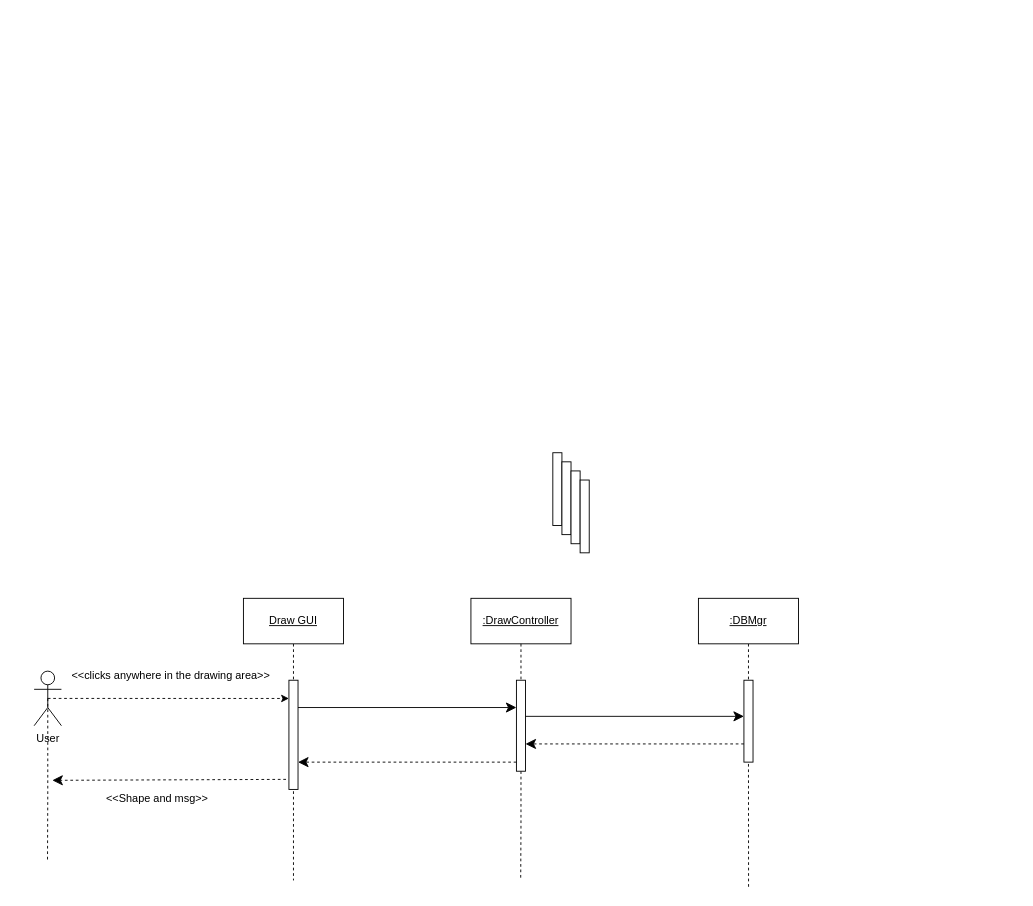
Above: SoftwarePattern.drawio in VoHoAnhTuan/Diagrams (draw.io), before the change. Source tidied: cells renumbered, new cells numbered last; positions are measured from the earlier drawing's top-left corner, leaving out a move shared by most shapes. Both pictures are drawn from the tidied source at 91%, with x=0, y=0 at pixel (34, 452).
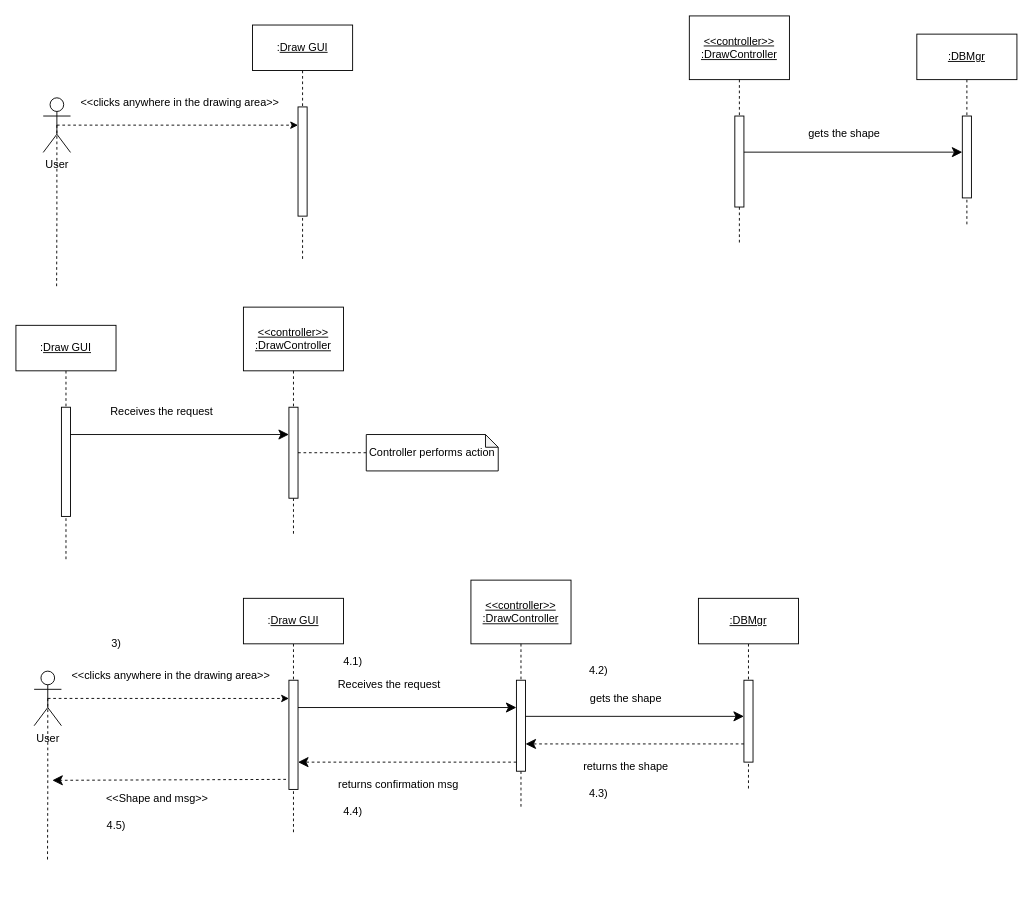
After the change.

Unchanged cells that the change refers to:
```xml
<mxCell id="17" value="&lt;u&gt;:DBMgr&lt;/u&gt;" style="html=1;whiteSpace=wrap;" parent="1" vertex="1">
  <mxGeometry x="730" y="160" width="110" height="50" as="geometry" />
</mxCell>
<mxCell id="19" style="html=1;points=[];perimeter=orthogonalPerimeter;outlineConnect=0;targetShapes=umlLifeline;portConstraint=eastwest;newEdgeStyle={&quot;edgeStyle&quot;:&quot;elbowEdgeStyle&quot;,&quot;elbow&quot;:&quot;vertical&quot;,&quot;curved&quot;:0,&quot;rounded&quot;:0};" parent="1" vertex="1">
  <mxGeometry x="530" y="250" width="10" height="100" as="geometry" />
</mxCell>
```

Diff of the diagram source:
```diff
@@
     <mxCell id="3" style="edgeStyle=orthogonalEdgeStyle;rounded=0;jettySize=auto;html=1;exitX=0.5;exitY=1;exitDx=0;exitDy=0;endArrow=none;endFill=0;dashed=1;" parent="1" edge="1" source="17">
       <mxGeometry relative="1" as="geometry">
-        <mxPoint x="785.1" y="480" as="targetPoint" />
+        <mxPoint x="785" y="370" as="targetPoint" />
       </mxGeometry>
     </mxCell>
@@
-    <mxCell id="5" value="User" style="shape=umlActor;verticalLabelPosition=bottom;verticalAlign=top;html=1;" parent="1" vertex="1">
+    <mxCell id="5" value="User" style="shape=umlActor;verticalLabelPosition=bottom;verticalAlign=top;html=1;fontStyle=0;" parent="1" vertex="1">
       <mxGeometry y="240" width="30" height="60" as="geometry" />
     </mxCell>
     <mxCell id="6" style="edgeStyle=orthogonalEdgeStyle;rounded=0;jettySize=auto;html=1;exitX=0.5;exitY=1;exitDx=0;exitDy=0;dashed=1;endArrow=none;endFill=0;" parent="1" edge="1" source="7">
       <mxGeometry relative="1" as="geometry">
-        <mxPoint x="285" y="470" as="targetPoint" />
+        <mxPoint x="285" y="420" as="targetPoint" />
       </mxGeometry>
     </mxCell>
-    <mxCell id="7" value="&lt;u&gt;Draw GUI&lt;/u&gt;" style="html=1;whiteSpace=wrap;" parent="1" vertex="1">
+    <mxCell id="7" value=":&lt;u&gt;Draw GUI&lt;/u&gt;" style="html=1;whiteSpace=wrap;" parent="1" vertex="1">
       <mxGeometry x="230" y="160" width="110" height="50" as="geometry" />
     </mxCell>
@@
-    <mxCell id="9" style="html=1;perimeter=orthogonalPerimeter;targetShapes=umlLifeline;newEdgeStyle={&quot;edgeStyle&quot;:&quot;elbowEdgeStyle&quot;,&quot;elbow&quot;:&quot;vertical&quot;,&quot;curved&quot;:0,&quot;rounded&quot;:0};" parent="1" vertex="1">
-      <mxGeometry x="570" width="10" height="80" as="geometry" />
-    </mxCell>
-    <mxCell id="10" style="html=1;perimeter=orthogonalPerimeter;targetShapes=umlLifeline;newEdgeStyle={&quot;edgeStyle&quot;:&quot;elbowEdgeStyle&quot;,&quot;elbow&quot;:&quot;vertical&quot;,&quot;curved&quot;:0,&quot;rounded&quot;:0};" parent="1" vertex="1">
-      <mxGeometry x="580" y="10" width="10" height="80" as="geometry" />
-    </mxCell>
-    <mxCell id="11" style="html=1;perimeter=orthogonalPerimeter;targetShapes=umlLifeline;newEdgeStyle={&quot;edgeStyle&quot;:&quot;elbowEdgeStyle&quot;,&quot;elbow&quot;:&quot;vertical&quot;,&quot;curved&quot;:0,&quot;rounded&quot;:0};" parent="1" vertex="1">
-      <mxGeometry x="590" y="20" width="10" height="80" as="geometry" />
-    </mxCell>
-    <mxCell id="12" style="html=1;perimeter=orthogonalPerimeter;targetShapes=umlLifeline;newEdgeStyle={&quot;edgeStyle&quot;:&quot;elbowEdgeStyle&quot;,&quot;elbow&quot;:&quot;vertical&quot;,&quot;curved&quot;:0,&quot;rounded&quot;:0};" parent="1" vertex="1">
-      <mxGeometry x="600" y="30" width="10" height="80" as="geometry" />
-    </mxCell>
@@
     <mxCell id="15" style="edgeStyle=orthogonalEdgeStyle;rounded=0;jettySize=auto;html=1;exitX=0.5;exitY=1;exitDx=0;exitDy=0;endArrow=none;endFill=0;dashed=1;startArrow=none;" parent="1" edge="1" source="19">
       <mxGeometry relative="1" as="geometry">
-        <mxPoint x="534.7" y="470" as="targetPoint" />
+        <mxPoint x="535" y="390" as="targetPoint" />
       </mxGeometry>
     </mxCell>
-    <mxCell id="16" value="&lt;u&gt;:DrawController&lt;/u&gt;" style="html=1;whiteSpace=wrap;" parent="1" vertex="1">
-      <mxGeometry x="480" y="160" width="110" height="50" as="geometry" />
+    <mxCell id="16" value="&lt;div&gt;&lt;u&gt;&amp;lt;&amp;lt;controller&amp;gt;&amp;gt;&lt;/u&gt;&lt;/div&gt;&lt;div&gt;&lt;u&gt;:DrawController&lt;/u&gt;&lt;/div&gt;" style="html=1;whiteSpace=wrap;" parent="1" vertex="1">
+      <mxGeometry x="480" y="140" width="110" height="70" as="geometry" />
     </mxCell>
@@
+    <mxCell id="26" value="Receives the request" style="text;html=1;align=center;verticalAlign=middle;strokeColor=none;fillColor=none;" parent="1" vertex="1">
+      <mxGeometry x="320" y="240" width="140" height="30" as="geometry" />
+    </mxCell>
+    <mxCell id="27" value="gets the shape" style="text;html=1;align=center;verticalAlign=middle;strokeColor=none;fillColor=none;" parent="1" vertex="1">
+      <mxGeometry x="600" y="255" width="100" height="30" as="geometry" />
+    </mxCell>
+    <mxCell id="28" value="returns the shape" style="text;html=1;align=center;verticalAlign=middle;strokeColor=none;fillColor=none;" parent="1" vertex="1">
+      <mxGeometry x="590" y="330" width="120" height="30" as="geometry" />
+    </mxCell>
+    <mxCell id="29" value="returns confirmation msg" style="text;html=1;align=center;verticalAlign=middle;strokeColor=none;fillColor=none;" parent="1" vertex="1">
+      <mxGeometry x="320" y="350" width="160" height="30" as="geometry" />
+    </mxCell>
+    <mxCell id="30" style="edgeStyle=orthogonalEdgeStyle;rounded=0;jettySize=auto;html=1;exitX=0.5;exitY=0.5;exitDx=0;exitDy=0;exitPerimeter=0;endArrow=none;endFill=0;dashed=1;" parent="1" edge="1" source="32">
+      <mxGeometry relative="1" as="geometry">
+        <mxPoint x="24.7" y="-180" as="targetPoint" />
+      </mxGeometry>
+    </mxCell>
+    <mxCell id="31" style="edgeStyle=orthogonalEdgeStyle;rounded=0;jettySize=auto;html=1;exitX=0.5;exitY=0.5;exitDx=0;exitDy=0;exitPerimeter=0;dashed=1;entryX=0;entryY=0.167;entryDx=0;entryDy=0;entryPerimeter=0;" parent="1" edge="1" source="32" target="35">
+      <mxGeometry relative="1" as="geometry" />
+    </mxCell>
+    <mxCell id="32" value="User" style="shape=umlActor;verticalLabelPosition=bottom;verticalAlign=top;html=1;fontStyle=0;" parent="1" vertex="1">
+      <mxGeometry x="10" y="-390" width="30" height="60" as="geometry" />
+    </mxCell>
+    <mxCell id="33" style="edgeStyle=orthogonalEdgeStyle;rounded=0;jettySize=auto;html=1;exitX=0.5;exitY=1;exitDx=0;exitDy=0;dashed=1;endArrow=none;endFill=0;" parent="1" edge="1" source="34">
+      <mxGeometry relative="1" as="geometry">
+        <mxPoint x="295" y="-210" as="targetPoint" />
+      </mxGeometry>
+    </mxCell>
+    <mxCell id="34" value=":&lt;u&gt;Draw GUI&lt;/u&gt;" style="html=1;whiteSpace=wrap;" parent="1" vertex="1">
+      <mxGeometry x="240" y="-470" width="110" height="50" as="geometry" />
+    </mxCell>
+    <mxCell id="35" style="html=1;points=[];perimeter=orthogonalPerimeter;outlineConnect=0;targetShapes=umlLifeline;portConstraint=eastwest;newEdgeStyle={&quot;edgeStyle&quot;:&quot;elbowEdgeStyle&quot;,&quot;elbow&quot;:&quot;vertical&quot;,&quot;curved&quot;:0,&quot;rounded&quot;:0};" parent="1" vertex="1">
+      <mxGeometry x="290" y="-380" width="10" height="120" as="geometry" />
+    </mxCell>
+    <mxCell id="36" value="&amp;lt;&amp;lt;clicks anywhere in the drawing area&amp;gt;&amp;gt;" style="text;html=1;align=center;verticalAlign=middle;strokeColor=none;fillColor=none;" parent="1" vertex="1">
+      <mxGeometry x="40" y="-400" width="240" height="30" as="geometry" />
+    </mxCell>
+    <mxCell id="37" style="edgeStyle=orthogonalEdgeStyle;rounded=0;jettySize=auto;html=1;exitX=0.5;exitY=1;exitDx=0;exitDy=0;dashed=1;endArrow=none;endFill=0;" parent="1" edge="1" source="38">
+      <mxGeometry relative="1" as="geometry">
+        <mxPoint x="35" y="120" as="targetPoint" />
+      </mxGeometry>
+    </mxCell>
+    <mxCell id="38" value=":&lt;u&gt;Draw GUI&lt;/u&gt;" style="html=1;whiteSpace=wrap;" parent="1" vertex="1">
+      <mxGeometry x="-20" y="-140" width="110" height="50" as="geometry" />
+    </mxCell>
+    <mxCell id="39" style="html=1;perimeter=orthogonalPerimeter;targetShapes=umlLifeline;newEdgeStyle={&quot;edgeStyle&quot;:&quot;elbowEdgeStyle&quot;,&quot;elbow&quot;:&quot;vertical&quot;,&quot;curved&quot;:0,&quot;rounded&quot;:0};" parent="1" vertex="1">
+      <mxGeometry x="30" y="-50" width="10" height="120" as="geometry" />
+    </mxCell>
+    <mxCell id="40" style="edgeStyle=orthogonalEdgeStyle;rounded=0;jettySize=auto;html=1;exitX=0.5;exitY=1;exitDx=0;exitDy=0;endArrow=none;endFill=0;dashed=1;startArrow=none;" parent="1" edge="1" source="43">
+      <mxGeometry relative="1" as="geometry">
+        <mxPoint x="285" y="90" as="targetPoint" />
+      </mxGeometry>
+    </mxCell>
+    <mxCell id="41" value="&lt;div&gt;&lt;u&gt;&amp;lt;&amp;lt;controller&amp;gt;&amp;gt;&lt;/u&gt;&lt;/div&gt;&lt;div&gt;&lt;u&gt;:DrawController&lt;/u&gt;&lt;/div&gt;" style="html=1;whiteSpace=wrap;" parent="1" vertex="1">
+      <mxGeometry x="230" y="-160" width="110" height="70" as="geometry" />
+    </mxCell>
+    <mxCell id="42" style="edgeStyle=orthogonalEdgeStyle;rounded=0;jettySize=auto;html=1;exitX=0.5;exitY=1;exitDx=0;exitDy=0;endArrow=none;endFill=0;dashed=1;" parent="1" edge="1" source="41" target="43">
+      <mxGeometry relative="1" as="geometry">
+        <Array as="points">
+          <mxPoint x="285" y="-40" />
+          <mxPoint x="285" y="-40" />
+        </Array>
+      </mxGeometry>
+    </mxCell>
+    <mxCell id="43" style="html=1;points=[];perimeter=orthogonalPerimeter;outlineConnect=0;targetShapes=umlLifeline;portConstraint=eastwest;newEdgeStyle={&quot;edgeStyle&quot;:&quot;elbowEdgeStyle&quot;,&quot;elbow&quot;:&quot;vertical&quot;,&quot;curved&quot;:0,&quot;rounded&quot;:0};" parent="1" vertex="1">
+      <mxGeometry x="280" y="-50" width="10" height="100" as="geometry" />
+    </mxCell>
+    <mxCell id="44" style="endArrow=classic;endFill=1;endSize=9;html=1;rounded=0;" parent="1" edge="1" target="43">
+      <mxGeometry relative="1" as="geometry">
+        <mxPoint x="40" y="-20" as="sourcePoint" />
+      </mxGeometry>
+    </mxCell>
+    <mxCell id="45" value="Receives the request" style="text;html=1;align=center;verticalAlign=middle;strokeColor=none;fillColor=none;" parent="1" vertex="1">
+      <mxGeometry x="70" y="-60" width="140" height="30" as="geometry" />
+    </mxCell>
+    <mxCell id="46" style="edgeStyle=orthogonalEdgeStyle;rounded=0;jettySize=auto;html=1;exitX=0;exitY=0.5;exitDx=0;exitDy=0;exitPerimeter=0;dashed=1;endArrow=none;endFill=0;" parent="1" edge="1" source="47" target="43">
+      <mxGeometry relative="1" as="geometry" />
+    </mxCell>
+    <mxCell id="47" value="Controller performs action" style="shape=note;whiteSpace=wrap;html=1;backgroundOutline=1;darkOpacity=0.05;size=14;" parent="1" vertex="1">
+      <mxGeometry x="365" y="-20" width="145" height="40" as="geometry" />
+    </mxCell>
+    <mxCell id="48" style="edgeStyle=orthogonalEdgeStyle;rounded=0;jettySize=auto;html=1;exitX=0.5;exitY=1;exitDx=0;exitDy=0;endArrow=none;endFill=0;dashed=1;" parent="1" edge="1" source="52">
+      <mxGeometry relative="1" as="geometry">
+        <mxPoint x="1025" y="-250" as="targetPoint" />
+      </mxGeometry>
+    </mxCell>
+    <mxCell id="49" style="html=1;perimeter=orthogonalPerimeter;targetShapes=umlLifeline;newEdgeStyle={&quot;edgeStyle&quot;:&quot;elbowEdgeStyle&quot;,&quot;elbow&quot;:&quot;vertical&quot;,&quot;curved&quot;:0,&quot;rounded&quot;:0};" parent="1" vertex="1">
+      <mxGeometry x="1020" y="-370" width="10" height="90" as="geometry" />
+    </mxCell>
+    <mxCell id="50" style="edgeStyle=orthogonalEdgeStyle;rounded=0;jettySize=auto;html=1;exitX=0.5;exitY=1;exitDx=0;exitDy=0;endArrow=none;endFill=0;dashed=1;startArrow=none;" parent="1" edge="1" source="54">
+      <mxGeometry relative="1" as="geometry">
+        <mxPoint x="775" y="-230" as="targetPoint" />
+      </mxGeometry>
+    </mxCell>
+    <mxCell id="51" value="&lt;div&gt;&lt;u&gt;&amp;lt;&amp;lt;controller&amp;gt;&amp;gt;&lt;/u&gt;&lt;/div&gt;&lt;div&gt;&lt;u&gt;:DrawController&lt;/u&gt;&lt;/div&gt;" style="html=1;whiteSpace=wrap;" parent="1" vertex="1">
+      <mxGeometry x="720" y="-480" width="110" height="70" as="geometry" />
+    </mxCell>
+    <mxCell id="52" value="&lt;u&gt;:DBMgr&lt;/u&gt;" style="html=1;whiteSpace=wrap;" parent="1" vertex="1">
+      <mxGeometry x="970" y="-460" width="110" height="50" as="geometry" />
+    </mxCell>
+    <mxCell id="53" style="edgeStyle=orthogonalEdgeStyle;rounded=0;jettySize=auto;html=1;exitX=0.5;exitY=1;exitDx=0;exitDy=0;endArrow=none;endFill=0;dashed=1;" parent="1" edge="1" source="51" target="54">
+      <mxGeometry relative="1" as="geometry">
+        <Array as="points">
+          <mxPoint x="775" y="-360" />
+          <mxPoint x="775" y="-360" />
+        </Array>
+      </mxGeometry>
+    </mxCell>
+    <mxCell id="54" style="html=1;points=[];perimeter=orthogonalPerimeter;outlineConnect=0;targetShapes=umlLifeline;portConstraint=eastwest;newEdgeStyle={&quot;edgeStyle&quot;:&quot;elbowEdgeStyle&quot;,&quot;elbow&quot;:&quot;vertical&quot;,&quot;curved&quot;:0,&quot;rounded&quot;:0};" parent="1" vertex="1">
+      <mxGeometry x="770" y="-370" width="10" height="100" as="geometry" />
+    </mxCell>
+    <mxCell id="55" style="endArrow=classic;endFill=1;endSize=9;html=1;rounded=0;" parent="1" edge="1">
+      <mxGeometry relative="1" as="geometry">
+        <mxPoint x="780" y="-330.3" as="sourcePoint" />
+        <mxPoint x="1020" y="-330.3" as="targetPoint" />
+      </mxGeometry>
+    </mxCell>
+    <mxCell id="56" value="gets the shape" style="text;html=1;align=center;verticalAlign=middle;strokeColor=none;fillColor=none;" parent="1" vertex="1">
+      <mxGeometry x="840" y="-365" width="100" height="30" as="geometry" />
+    </mxCell>
+    <mxCell id="57" value="3)" style="text;html=1;align=center;verticalAlign=middle;strokeColor=none;fillColor=none;" parent="1" vertex="1">
+      <mxGeometry x="75" y="195" width="30" height="30" as="geometry" />
+    </mxCell>
+    <mxCell id="58" value="4.1)" style="text;html=1;align=center;verticalAlign=middle;strokeColor=none;fillColor=none;" parent="1" vertex="1">
+      <mxGeometry x="330" y="215" width="40" height="30" as="geometry" />
+    </mxCell>
+    <mxCell id="59" value="4.2)" style="text;html=1;align=center;verticalAlign=middle;strokeColor=none;fillColor=none;" parent="1" vertex="1">
+      <mxGeometry x="600" y="225" width="40" height="30" as="geometry" />
+    </mxCell>
+    <mxCell id="60" value="4.3)" style="text;html=1;align=center;verticalAlign=middle;strokeColor=none;fillColor=none;" parent="1" vertex="1">
+      <mxGeometry x="600" y="360" width="40" height="30" as="geometry" />
+    </mxCell>
+    <mxCell id="61" value="4.4)" style="text;html=1;align=center;verticalAlign=middle;strokeColor=none;fillColor=none;" parent="1" vertex="1">
+      <mxGeometry x="330" y="380" width="40" height="30" as="geometry" />
+    </mxCell>
+    <mxCell id="62" value="4.5)" style="text;html=1;align=center;verticalAlign=middle;strokeColor=none;fillColor=none;" parent="1" vertex="1">
+      <mxGeometry x="70" y="395" width="40" height="30" as="geometry" />
+    </mxCell>
```
